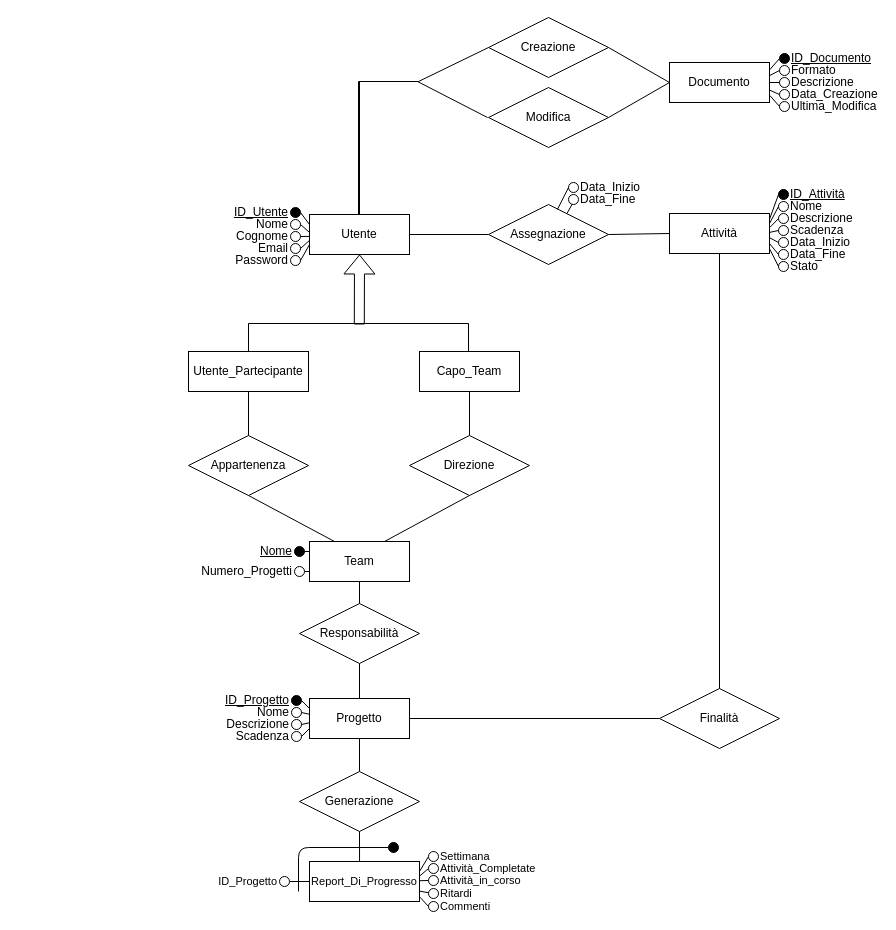
The draw.io diagram Diagramma E-R.drawio in LuigiPuca/SWBD, before the edit. Source tidied: cells renumbered, new cells numbered last; positions are measured from the earlier drawing's top-left corner, leaving out a move shared by most shapes. Both pictures are drawn from the tidied source at 100%, with x=0, y=0 at pixel (188, 17).
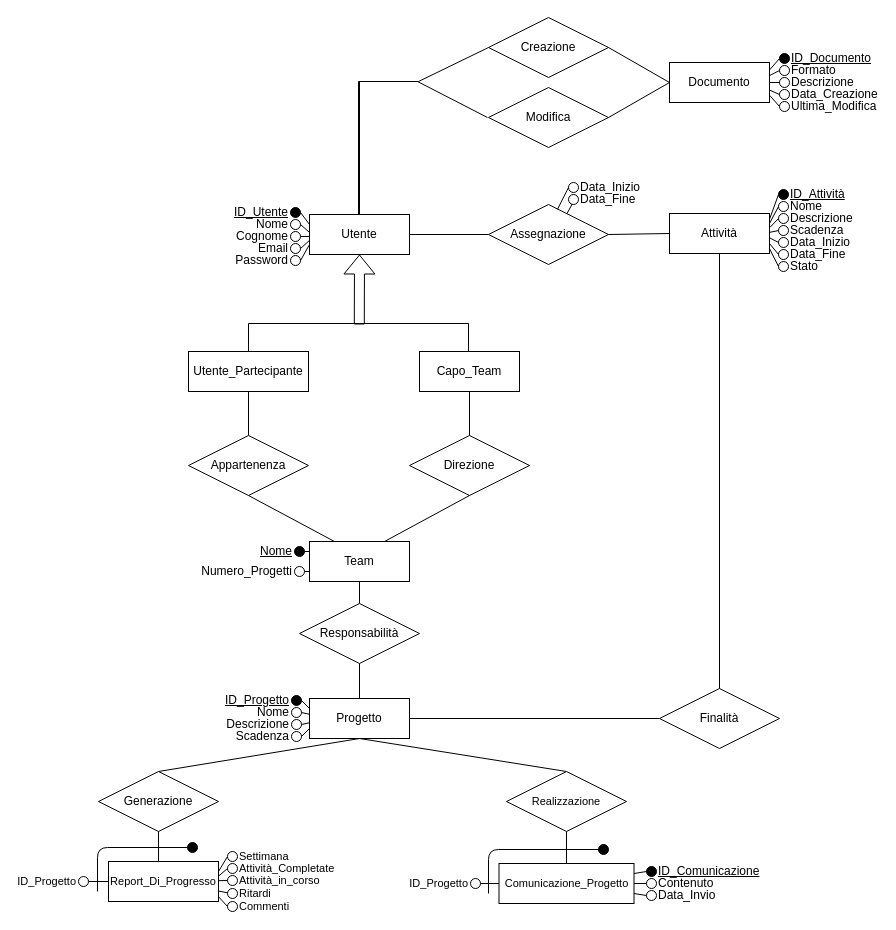
The same page after the edit.

Unchanged cells that the change refers to:
```xml
<mxCell id="14" value="Progetto" style="whiteSpace=wrap;html=1;align=center;" parent="1" vertex="1">
  <mxGeometry x="121" y="681" width="100" height="40" as="geometry" />
</mxCell>
```

What changed in the source:
```diff
@@
+    <mxCell id="100" style="edgeStyle=none;shape=connector;curved=0;rounded=0;jettySize=auto;html=1;exitX=0.5;exitY=1;exitDx=0;exitDy=0;entryX=0.5;entryY=0;entryDx=0;entryDy=0;labelBackgroundColor=default;strokeColor=default;align=center;verticalAlign=middle;fontFamily=Helvetica;fontSize=11;fontColor=default;endArrow=none;sourcePerimeterSpacing=0;targetPerimeterSpacing=0;" parent="1" edge="1" source="14" target="102">
+      <mxGeometry relative="1" as="geometry" />
+    </mxCell>
@@
     <mxCell id="85" value="Report_Di_Progresso" style="whiteSpace=wrap;html=1;align=center;fontFamily=Helvetica;fontSize=11;fontColor=default;" parent="1" vertex="1">
-      <mxGeometry x="121" y="844" width="110" height="40" as="geometry" />
+      <mxGeometry x="-80" y="844" width="110" height="40" as="geometry" />
     </mxCell>
     <mxCell id="86" value="Settimana" style="ellipse;whiteSpace=wrap;html=1;align=left;labelPosition=right;verticalLabelPosition=middle;verticalAlign=middle;fillColor=#FFFFFF;strokeColor=default;fillStyle=auto;gradientColor=none;fontFamily=Helvetica;fontSize=11;fontColor=default;" parent="1" vertex="1">
-      <mxGeometry x="240" y="834" width="10" height="10" as="geometry" />
+      <mxGeometry x="39" y="834" width="10" height="10" as="geometry" />
     </mxCell>
     <mxCell id="87" value="Attività_Completate" style="ellipse;whiteSpace=wrap;html=1;align=left;labelPosition=right;verticalLabelPosition=middle;verticalAlign=middle;fillColor=#FFFFFF;strokeColor=default;fillStyle=auto;gradientColor=none;fontFamily=Helvetica;fontSize=11;fontColor=default;" parent="1" vertex="1">
-      <mxGeometry x="240" y="846" width="10" height="10" as="geometry" />
+      <mxGeometry x="39" y="846" width="10" height="10" as="geometry" />
     </mxCell>
@@
     <mxCell id="89" value="Attività_in_corso" style="ellipse;whiteSpace=wrap;html=1;align=left;labelPosition=right;verticalLabelPosition=middle;verticalAlign=middle;fillColor=#FFFFFF;strokeColor=default;fillStyle=auto;gradientColor=none;fontFamily=Helvetica;fontSize=11;fontColor=default;" parent="1" vertex="1">
-      <mxGeometry x="240" y="858" width="10" height="10" as="geometry" />
+      <mxGeometry x="39" y="858" width="10" height="10" as="geometry" />
     </mxCell>
@@
     <mxCell id="91" value="Ritardi" style="ellipse;whiteSpace=wrap;html=1;align=left;labelPosition=right;verticalLabelPosition=middle;verticalAlign=middle;fillColor=#FFFFFF;strokeColor=default;fillStyle=auto;gradientColor=none;fontFamily=Helvetica;fontSize=11;fontColor=default;" parent="1" vertex="1">
-      <mxGeometry x="240" y="871" width="10" height="10" as="geometry" />
+      <mxGeometry x="39" y="871" width="10" height="10" as="geometry" />
     </mxCell>
     <mxCell id="92" value="Commenti" style="ellipse;whiteSpace=wrap;html=1;align=left;labelPosition=right;verticalLabelPosition=middle;verticalAlign=middle;fillColor=#FFFFFF;strokeColor=default;fillStyle=auto;gradientColor=none;fontFamily=Helvetica;fontSize=11;fontColor=default;" parent="1" vertex="1">
-      <mxGeometry x="240" y="884" width="10" height="10" as="geometry" />
+      <mxGeometry x="39" y="884" width="10" height="10" as="geometry" />
     </mxCell>
     <mxCell id="93" value="ID_Progetto" style="ellipse;whiteSpace=wrap;html=1;align=right;labelPosition=left;verticalLabelPosition=middle;verticalAlign=middle;fillStyle=auto;fontFamily=Helvetica;fontSize=11;" parent="1" vertex="1">
-      <mxGeometry x="91" y="859" width="10" height="10" as="geometry" />
+      <mxGeometry x="-110" y="859" width="10" height="10" as="geometry" />
     </mxCell>
     <mxCell id="94" value="Generazione" style="shape=rhombus;perimeter=rhombusPerimeter;whiteSpace=wrap;html=1;align=center;" parent="1" vertex="1">
-      <mxGeometry x="111" y="754" width="120" height="60" as="geometry" />
+      <mxGeometry x="-90" y="754" width="120" height="60" as="geometry" />
     </mxCell>
@@
     <mxCell id="98" style="edgeStyle=none;shape=connector;curved=0;rounded=1;jettySize=auto;html=1;exitX=0;exitY=0.5;exitDx=0;exitDy=0;labelBackgroundColor=default;strokeColor=default;align=center;verticalAlign=middle;fontFamily=Helvetica;fontSize=11;fontColor=default;endArrow=none;sourcePerimeterSpacing=0;targetPerimeterSpacing=0;" parent="1" edge="1" source="99">
       <mxGeometry relative="1" as="geometry">
-        <mxPoint x="110" y="874" as="targetPoint" />
+        <mxPoint x="-91" y="874" as="targetPoint" />
         <Array as="points">
-          <mxPoint x="110" y="830" />
+          <mxPoint x="-91" y="830" />
         </Array>
       </mxGeometry>
     </mxCell>
     <mxCell id="99" style="ellipse;whiteSpace=wrap;html=1;align=right;fontStyle=4;labelBackgroundColor=none;labelPosition=left;verticalLabelPosition=middle;verticalAlign=middle;fillColor=#000000;fontFamily=Helvetica;fontSize=11;fontColor=default;" parent="1" vertex="1">
-      <mxGeometry x="200" y="825" width="10" height="10" as="geometry" />
+      <mxGeometry x="-1" y="825" width="10" height="10" as="geometry" />
     </mxCell>
+    <mxCell id="101" style="edgeStyle=none;shape=connector;curved=0;rounded=0;jettySize=auto;html=1;exitX=0.5;exitY=1;exitDx=0;exitDy=0;entryX=0.5;entryY=0;entryDx=0;entryDy=0;labelBackgroundColor=default;strokeColor=default;align=center;verticalAlign=middle;fontFamily=Helvetica;fontSize=11;fontColor=default;endArrow=none;sourcePerimeterSpacing=0;targetPerimeterSpacing=0;" parent="1" edge="1" source="102" target="103">
+      <mxGeometry relative="1" as="geometry" />
+    </mxCell>
+    <mxCell id="102" value="Realizzazione" style="shape=rhombus;perimeter=rhombusPerimeter;whiteSpace=wrap;html=1;align=center;fontFamily=Helvetica;fontSize=11;fontColor=default;" parent="1" vertex="1">
+      <mxGeometry x="318" y="754" width="120" height="60" as="geometry" />
+    </mxCell>
+    <mxCell id="103" value="Comunicazione_Progetto" style="whiteSpace=wrap;html=1;align=center;fontFamily=Helvetica;fontSize=11;fontColor=default;" parent="1" vertex="1">
+      <mxGeometry x="310.5" y="846" width="135" height="40" as="geometry" />
+    </mxCell>
+    <mxCell id="104" style="edgeStyle=none;shape=connector;curved=0;rounded=0;jettySize=auto;html=1;exitX=0;exitY=0.5;exitDx=0;exitDy=0;entryX=1;entryY=0.5;entryDx=0;entryDy=0;labelBackgroundColor=default;strokeColor=default;align=center;verticalAlign=middle;fontFamily=Helvetica;fontSize=11;fontColor=default;endArrow=none;sourcePerimeterSpacing=0;targetPerimeterSpacing=0;" parent="1" edge="1" source="105" target="103">
+      <mxGeometry relative="1" as="geometry" />
+    </mxCell>
+    <mxCell id="105" value="Contenuto" style="ellipse;whiteSpace=wrap;html=1;align=left;labelPosition=right;verticalLabelPosition=middle;verticalAlign=middle;fillColor=#FFFFFF;strokeColor=default;fillStyle=auto;gradientColor=none;" parent="1" vertex="1">
+      <mxGeometry x="458" y="861" width="10" height="10" as="geometry" />
+    </mxCell>
+    <mxCell id="106" style="edgeStyle=none;shape=connector;curved=0;rounded=0;jettySize=auto;html=1;exitX=0;exitY=0.5;exitDx=0;exitDy=0;entryX=1;entryY=0.75;entryDx=0;entryDy=0;labelBackgroundColor=default;strokeColor=default;align=center;verticalAlign=middle;fontFamily=Helvetica;fontSize=11;fontColor=default;endArrow=none;sourcePerimeterSpacing=0;targetPerimeterSpacing=0;" parent="1" edge="1" source="107" target="103">
+      <mxGeometry relative="1" as="geometry" />
+    </mxCell>
+    <mxCell id="107" value="Data_Invio" style="ellipse;whiteSpace=wrap;html=1;align=left;labelPosition=right;verticalLabelPosition=middle;verticalAlign=middle;fillColor=#FFFFFF;strokeColor=default;fillStyle=auto;gradientColor=none;" parent="1" vertex="1">
+      <mxGeometry x="458" y="873" width="10" height="10" as="geometry" />
+    </mxCell>
+    <mxCell id="108" style="edgeStyle=none;shape=connector;curved=0;rounded=0;jettySize=auto;html=1;exitX=0;exitY=0.5;exitDx=0;exitDy=0;entryX=1;entryY=0.25;entryDx=0;entryDy=0;labelBackgroundColor=default;strokeColor=default;align=center;verticalAlign=middle;fontFamily=Helvetica;fontSize=11;fontColor=default;endArrow=none;sourcePerimeterSpacing=0;targetPerimeterSpacing=0;" parent="1" edge="1" source="109" target="103">
+      <mxGeometry relative="1" as="geometry" />
+    </mxCell>
+    <mxCell id="109" value="ID_Comunicazione" style="ellipse;whiteSpace=wrap;html=1;align=left;fontStyle=4;labelBackgroundColor=none;labelPosition=right;verticalLabelPosition=middle;verticalAlign=middle;fillColor=#000000;" parent="1" vertex="1">
+      <mxGeometry x="458" y="849" width="10" height="10" as="geometry" />
+    </mxCell>
+    <mxCell id="110" style="edgeStyle=none;shape=connector;curved=0;rounded=0;jettySize=auto;html=1;exitX=1;exitY=0.5;exitDx=0;exitDy=0;entryX=0;entryY=0.5;entryDx=0;entryDy=0;labelBackgroundColor=default;strokeColor=default;align=center;verticalAlign=middle;fontFamily=Helvetica;fontSize=11;fontColor=default;endArrow=none;sourcePerimeterSpacing=0;targetPerimeterSpacing=0;" parent="1" edge="1" source="111" target="103">
+      <mxGeometry relative="1" as="geometry" />
+    </mxCell>
+    <mxCell id="111" value="ID_Progetto" style="ellipse;whiteSpace=wrap;html=1;align=right;labelPosition=left;verticalLabelPosition=middle;verticalAlign=middle;fillStyle=auto;fontFamily=Helvetica;fontSize=11;" parent="1" vertex="1">
+      <mxGeometry x="282" y="861" width="10" height="10" as="geometry" />
+    </mxCell>
+    <mxCell id="112" style="ellipse;whiteSpace=wrap;html=1;align=right;fontStyle=4;labelBackgroundColor=none;labelPosition=left;verticalLabelPosition=middle;verticalAlign=middle;fillColor=#000000;fontFamily=Helvetica;fontSize=11;fontColor=default;" parent="1" vertex="1">
+      <mxGeometry x="410" y="827" width="10" height="10" as="geometry" />
+    </mxCell>
+    <mxCell id="113" style="edgeStyle=none;shape=connector;curved=0;rounded=1;jettySize=auto;html=1;exitX=0;exitY=0.5;exitDx=0;exitDy=0;labelBackgroundColor=default;strokeColor=default;align=center;verticalAlign=middle;fontFamily=Helvetica;fontSize=11;fontColor=default;endArrow=none;sourcePerimeterSpacing=0;targetPerimeterSpacing=0;" parent="1" edge="1" source="112">
+      <mxGeometry relative="1" as="geometry">
+        <mxPoint x="300" y="876" as="targetPoint" />
+        <Array as="points">
+          <mxPoint x="300" y="832" />
+        </Array>
+      </mxGeometry>
+    </mxCell>
```
